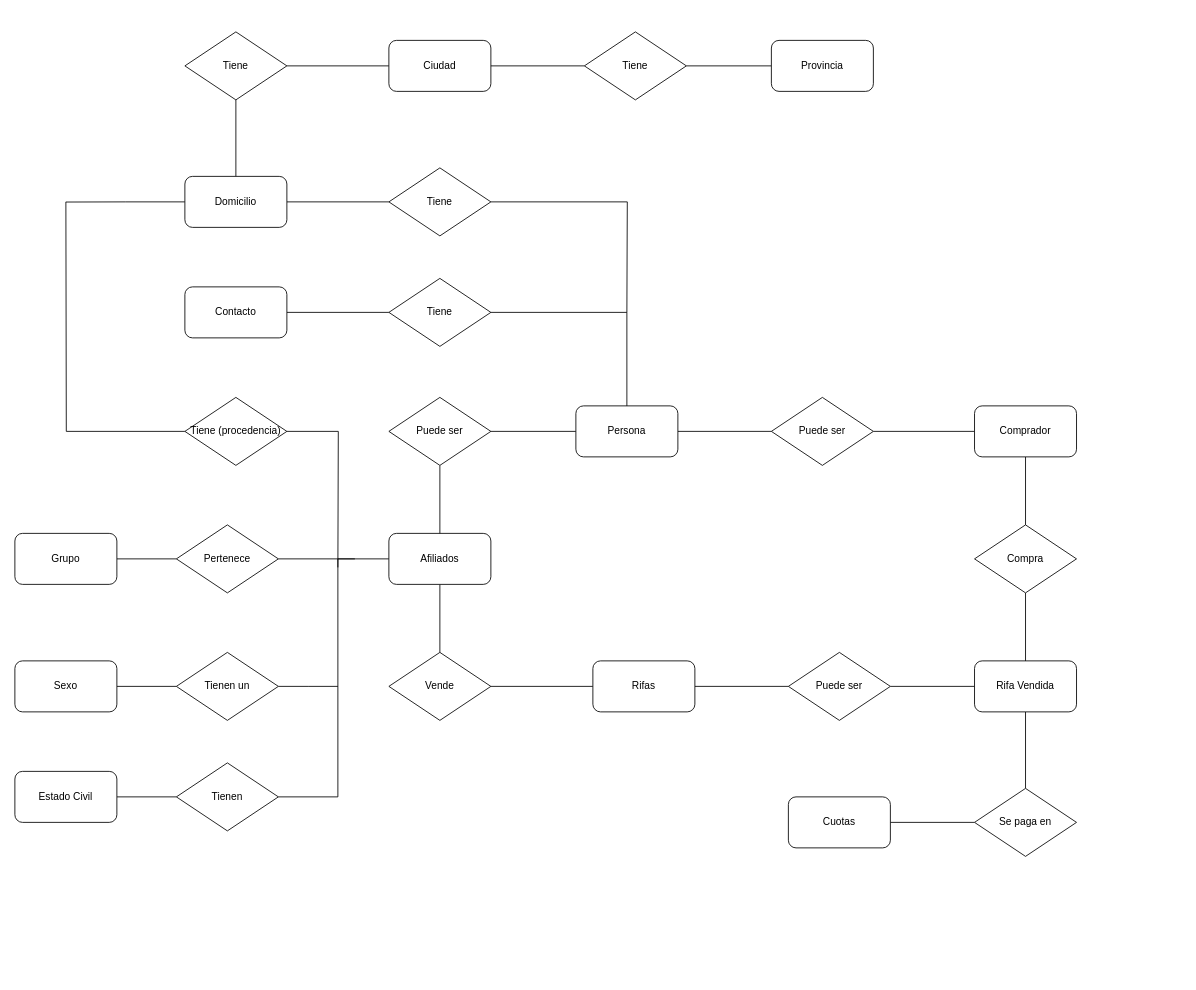
NehemiasMercau/BaseDeDatos keeps this draw.io diagram as DER TP1.drawio. Above is the earlier version. Source tidied: cells renumbered, new cells numbered last; positions are measured from the earlier drawing's top-left corner, leaving out a move shared by most shapes. Both pictures are drawn from the tidied source at 85%, with x=0, y=0 at pixel (14, 31).
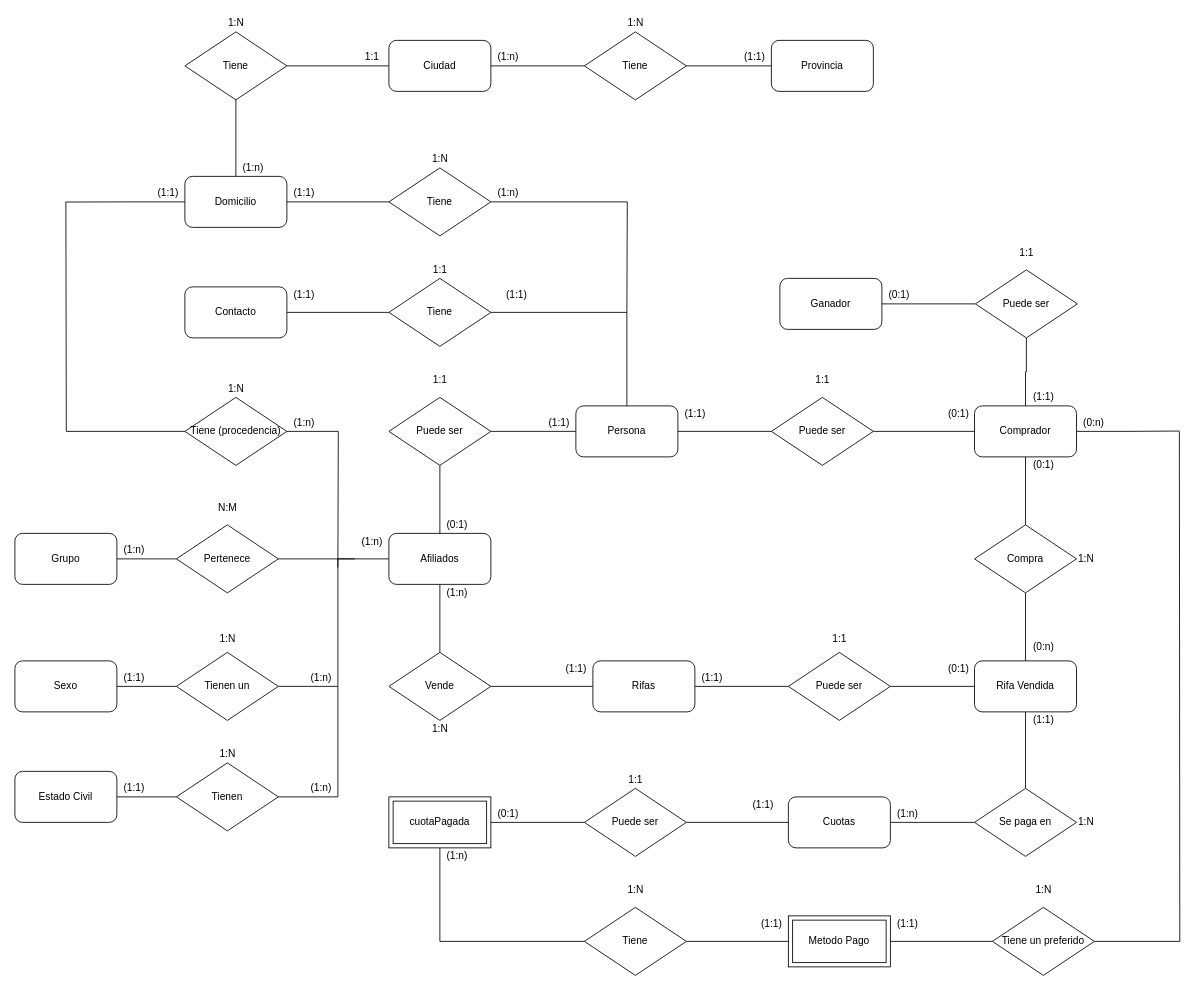
Above is the later version.

The change refers to these unchanged cells:
```xml
<mxCell id="28" value="Comprador" style="rounded=1;whiteSpace=wrap;html=1;" parent="1" vertex="1">
  <mxGeometry x="1129" y="440" width="120" height="60" as="geometry" />
</mxCell>
<mxCell id="57" value="Cuotas" style="rounded=1;whiteSpace=wrap;html=1;" parent="1" vertex="1">
  <mxGeometry x="910" y="900" width="120" height="60" as="geometry" />
</mxCell>
```

Diff of the diagram source:
```diff
@@
+    <mxCell id="58" style="edgeStyle=orthogonalEdgeStyle;rounded=0;jettySize=auto;html=1;exitX=1;exitY=0.5;exitDx=0;exitDy=0;endArrow=none;endFill=0;" parent="1" edge="1" source="28">
+      <mxGeometry relative="1" as="geometry">
+        <mxPoint x="1370" y="469.6" as="targetPoint" />
+      </mxGeometry>
+    </mxCell>
+    <mxCell id="59" style="edgeStyle=orthogonalEdgeStyle;rounded=0;jettySize=auto;html=1;exitX=0.5;exitY=0;exitDx=0;exitDy=0;entryX=0.5;entryY=1;entryDx=0;entryDy=0;endArrow=none;endFill=0;" parent="1" edge="1" source="28" target="107">
+      <mxGeometry relative="1" as="geometry" />
+    </mxCell>
@@
+    <mxCell id="60" style="edgeStyle=orthogonalEdgeStyle;rounded=0;jettySize=auto;html=1;exitX=1;exitY=0.5;exitDx=0;exitDy=0;entryX=0;entryY=0.5;entryDx=0;entryDy=0;endArrow=none;endFill=0;" parent="1" edge="1" source="62" target="57">
+      <mxGeometry relative="1" as="geometry" />
+    </mxCell>
+    <mxCell id="61" style="edgeStyle=orthogonalEdgeStyle;rounded=0;jettySize=auto;html=1;exitX=0;exitY=0.5;exitDx=0;exitDy=0;entryX=1;entryY=0.5;entryDx=0;entryDy=0;endArrow=none;endFill=0;" parent="1" edge="1" source="62" target="64">
+      <mxGeometry relative="1" as="geometry" />
+    </mxCell>
+    <mxCell id="62" value="Puede ser" style="rhombus;whiteSpace=wrap;html=1;" parent="1" vertex="1">
+      <mxGeometry x="670" y="890" width="120" height="80" as="geometry" />
+    </mxCell>
+    <mxCell id="63" style="edgeStyle=orthogonalEdgeStyle;rounded=0;jettySize=auto;html=1;exitX=0.5;exitY=1;exitDx=0;exitDy=0;entryX=0;entryY=0.5;entryDx=0;entryDy=0;endArrow=none;endFill=0;" parent="1" edge="1" source="64" target="66">
+      <mxGeometry relative="1" as="geometry" />
+    </mxCell>
+    <mxCell id="64" style="rounded=0;whiteSpace=wrap;html=1;sketch=0;" parent="1" vertex="1">
+      <mxGeometry x="440" y="900" width="120" height="60" as="geometry" />
+    </mxCell>
+    <mxCell id="65" style="edgeStyle=orthogonalEdgeStyle;rounded=0;jettySize=auto;html=1;exitX=1;exitY=0.5;exitDx=0;exitDy=0;entryX=0;entryY=0.5;entryDx=0;entryDy=0;endArrow=none;endFill=0;" parent="1" edge="1" source="66" target="68">
+      <mxGeometry relative="1" as="geometry" />
+    </mxCell>
+    <mxCell id="66" value="Tiene" style="rhombus;whiteSpace=wrap;html=1;" parent="1" vertex="1">
+      <mxGeometry x="670" y="1030" width="120" height="80" as="geometry" />
+    </mxCell>
+    <mxCell id="67" style="edgeStyle=orthogonalEdgeStyle;rounded=0;jettySize=auto;html=1;exitX=1;exitY=0.5;exitDx=0;exitDy=0;entryX=0;entryY=0.5;entryDx=0;entryDy=0;endArrow=none;endFill=0;" parent="1" edge="1" source="68" target="70">
+      <mxGeometry relative="1" as="geometry" />
+    </mxCell>
+    <mxCell id="68" style="rounded=0;whiteSpace=wrap;html=1;sketch=0;" parent="1" vertex="1">
+      <mxGeometry x="910" y="1040" width="120" height="60" as="geometry" />
+    </mxCell>
+    <mxCell id="69" style="edgeStyle=orthogonalEdgeStyle;rounded=0;jettySize=auto;html=1;exitX=1;exitY=0.5;exitDx=0;exitDy=0;endArrow=none;endFill=0;" parent="1" edge="1" source="70">
+      <mxGeometry relative="1" as="geometry">
+        <mxPoint x="1370" y="470" as="targetPoint" />
+      </mxGeometry>
+    </mxCell>
+    <mxCell id="70" value="Tiene un preferido" style="rhombus;whiteSpace=wrap;html=1;" parent="1" vertex="1">
+      <mxGeometry x="1150" y="1030" width="120" height="80" as="geometry" />
+    </mxCell>
+    <mxCell id="71" value="(0:1)" style="text;html=1;align=center;verticalAlign=middle;strokeColor=none;" parent="1" vertex="1">
+      <mxGeometry x="500" y="570" width="40" height="20" as="geometry" />
+    </mxCell>
+    <mxCell id="72" value="(1:1)" style="text;html=1;align=center;verticalAlign=middle;strokeColor=none;" parent="1" vertex="1">
+      <mxGeometry x="620" y="450" width="40" height="20" as="geometry" />
+    </mxCell>
+    <mxCell id="73" value="1:1" style="text;html=1;align=center;verticalAlign=middle;strokeColor=none;" parent="1" vertex="1">
+      <mxGeometry x="485" y="400" width="30" height="20" as="geometry" />
+    </mxCell>
+    <mxCell id="74" value="(1:1)" style="text;html=1;align=center;verticalAlign=middle;strokeColor=none;" parent="1" vertex="1">
+      <mxGeometry x="780" y="440" width="40" height="20" as="geometry" />
+    </mxCell>
+    <mxCell id="75" value="1:1" style="text;html=1;align=center;verticalAlign=middle;strokeColor=none;" parent="1" vertex="1">
+      <mxGeometry x="935" y="400" width="30" height="20" as="geometry" />
+    </mxCell>
+    <mxCell id="76" value="(0:1)" style="text;html=1;align=center;verticalAlign=middle;strokeColor=none;" parent="1" vertex="1">
+      <mxGeometry x="1090" y="440" width="40" height="20" as="geometry" />
+    </mxCell>
+    <mxCell id="77" value="(0:1)" style="text;html=1;align=center;verticalAlign=middle;strokeColor=none;" parent="1" vertex="1">
+      <mxGeometry x="1190" y="500" width="40" height="20" as="geometry" />
+    </mxCell>
+    <mxCell id="78" value="1:N" style="text;html=1;align=center;verticalAlign=middle;strokeColor=none;" parent="1" vertex="1">
+      <mxGeometry x="1245" y="610" width="30" height="20" as="geometry" />
+    </mxCell>
+    <mxCell id="79" value="(0:n)" style="text;html=1;align=center;verticalAlign=middle;strokeColor=none;" parent="1" vertex="1">
+      <mxGeometry x="1190" y="714" width="40" height="20" as="geometry" />
+    </mxCell>
+    <mxCell id="80" value="(1:1)" style="text;html=1;align=center;verticalAlign=middle;strokeColor=none;" parent="1" vertex="1">
+      <mxGeometry x="1190" y="800" width="40" height="20" as="geometry" />
+    </mxCell>
+    <mxCell id="81" value="1:N" style="text;html=1;align=center;verticalAlign=middle;strokeColor=none;" parent="1" vertex="1">
+      <mxGeometry x="1245" y="920" width="30" height="20" as="geometry" />
+    </mxCell>
+    <mxCell id="82" value="(1:n)" style="text;html=1;align=center;verticalAlign=middle;strokeColor=none;" parent="1" vertex="1">
+      <mxGeometry x="1030" y="910" width="40" height="20" as="geometry" />
+    </mxCell>
+    <mxCell id="83" value="(1:1)" style="text;html=1;align=center;verticalAlign=middle;strokeColor=none;" parent="1" vertex="1">
+      <mxGeometry x="800" y="750" width="40" height="20" as="geometry" />
+    </mxCell>
+    <mxCell id="84" value="1:1" style="text;html=1;align=center;verticalAlign=middle;strokeColor=none;" parent="1" vertex="1">
+      <mxGeometry x="955" y="704" width="30" height="20" as="geometry" />
+    </mxCell>
+    <mxCell id="85" value="(0:1)" style="text;html=1;align=center;verticalAlign=middle;strokeColor=none;" parent="1" vertex="1">
+      <mxGeometry x="1090" y="740" width="40" height="20" as="geometry" />
+    </mxCell>
+    <mxCell id="86" value="(1:1)" style="text;html=1;align=center;verticalAlign=middle;strokeColor=none;" parent="1" vertex="1">
+      <mxGeometry x="860" y="900" width="40" height="20" as="geometry" />
+    </mxCell>
+    <mxCell id="87" value="1:1" style="text;html=1;align=center;verticalAlign=middle;strokeColor=none;" parent="1" vertex="1">
+      <mxGeometry x="715" y="870" width="30" height="20" as="geometry" />
+    </mxCell>
+    <mxCell id="88" value="(0:1)" style="text;html=1;align=center;verticalAlign=middle;strokeColor=none;" parent="1" vertex="1">
+      <mxGeometry x="560" y="910" width="40" height="20" as="geometry" />
+    </mxCell>
+    <mxCell id="89" value="(1:n)" style="text;html=1;align=center;verticalAlign=middle;strokeColor=none;" parent="1" vertex="1">
+      <mxGeometry x="500" y="650" width="40" height="20" as="geometry" />
+    </mxCell>
+    <mxCell id="90" value="1:N" style="text;html=1;align=center;verticalAlign=middle;strokeColor=none;" parent="1" vertex="1">
+      <mxGeometry x="485" y="810" width="30" height="20" as="geometry" />
+    </mxCell>
+    <mxCell id="91" value="(1:1)" style="text;html=1;align=center;verticalAlign=middle;strokeColor=none;" parent="1" vertex="1">
+      <mxGeometry x="640" y="740" width="40" height="20" as="geometry" />
+    </mxCell>
+    <mxCell id="92" value="(1:n)" style="text;html=1;align=center;verticalAlign=middle;strokeColor=none;" parent="1" vertex="1">
+      <mxGeometry x="500" y="960" width="40" height="20" as="geometry" />
+    </mxCell>
+    <mxCell id="93" value="1:N" style="text;html=1;align=center;verticalAlign=middle;strokeColor=none;" parent="1" vertex="1">
+      <mxGeometry x="715" y="1000" width="30" height="20" as="geometry" />
+    </mxCell>
+    <mxCell id="94" value="(1:1)" style="text;html=1;align=center;verticalAlign=middle;strokeColor=none;" parent="1" vertex="1">
+      <mxGeometry x="870" y="1040" width="40" height="20" as="geometry" />
+    </mxCell>
+    <mxCell id="95" value="(1:1)" style="text;html=1;align=center;verticalAlign=middle;strokeColor=none;" parent="1" vertex="1">
+      <mxGeometry x="1030" y="1040" width="40" height="20" as="geometry" />
+    </mxCell>
+    <mxCell id="96" value="1:N" style="text;html=1;align=center;verticalAlign=middle;strokeColor=none;" parent="1" vertex="1">
+      <mxGeometry x="1195" y="1000" width="30" height="20" as="geometry" />
+    </mxCell>
+    <mxCell id="97" value="(0:n)" style="text;html=1;align=center;verticalAlign=middle;strokeColor=none;" parent="1" vertex="1">
+      <mxGeometry x="1249" y="450" width="40" height="20" as="geometry" />
+    </mxCell>
+    <mxCell id="98" value="(1:n)" style="text;html=1;align=center;verticalAlign=middle;strokeColor=none;" parent="1" vertex="1">
+      <mxGeometry x="400" y="590" width="40" height="20" as="geometry" />
+    </mxCell>
+    <mxCell id="99" value="N:M" style="text;html=1;align=center;verticalAlign=middle;strokeColor=none;" parent="1" vertex="1">
+      <mxGeometry x="230" y="550" width="40" height="20" as="geometry" />
+    </mxCell>
+    <mxCell id="100" value="(1:n)" style="text;html=1;align=center;verticalAlign=middle;strokeColor=none;" parent="1" vertex="1">
+      <mxGeometry x="120" y="600" width="40" height="20" as="geometry" />
+    </mxCell>
+    <mxCell id="101" value="(1:n)" style="text;html=1;align=center;verticalAlign=middle;strokeColor=none;" parent="1" vertex="1">
+      <mxGeometry x="340" y="750" width="40" height="20" as="geometry" />
+    </mxCell>
+    <mxCell id="102" value="1:N" style="text;html=1;align=center;verticalAlign=middle;strokeColor=none;" parent="1" vertex="1">
+      <mxGeometry x="235" y="704" width="30" height="20" as="geometry" />
+    </mxCell>
+    <mxCell id="103" value="(1:1)" style="text;html=1;align=center;verticalAlign=middle;strokeColor=none;" parent="1" vertex="1">
+      <mxGeometry x="120" y="750" width="40" height="20" as="geometry" />
+    </mxCell>
+    <mxCell id="104" value="(1:n)" style="text;html=1;align=center;verticalAlign=middle;strokeColor=none;" parent="1" vertex="1">
+      <mxGeometry x="340" y="880" width="40" height="20" as="geometry" />
+    </mxCell>
+    <mxCell id="105" value="1:N" style="text;html=1;align=center;verticalAlign=middle;strokeColor=none;" parent="1" vertex="1">
+      <mxGeometry x="235" y="840" width="30" height="20" as="geometry" />
+    </mxCell>
+    <mxCell id="106" value="(1:1)" style="text;html=1;align=center;verticalAlign=middle;strokeColor=none;" parent="1" vertex="1">
+      <mxGeometry x="120" y="880" width="40" height="20" as="geometry" />
+    </mxCell>
+    <mxCell id="107" value="Puede ser" style="rhombus;whiteSpace=wrap;html=1;" parent="1" vertex="1">
+      <mxGeometry x="1130" y="280" width="120" height="80" as="geometry" />
+    </mxCell>
+    <mxCell id="108" style="edgeStyle=orthogonalEdgeStyle;rounded=0;jettySize=auto;html=1;exitX=1;exitY=0.5;exitDx=0;exitDy=0;entryX=0;entryY=0.5;entryDx=0;entryDy=0;endArrow=none;endFill=0;" parent="1" edge="1" source="109" target="107">
+      <mxGeometry relative="1" as="geometry" />
+    </mxCell>
+    <mxCell id="109" value="Ganador" style="rounded=1;whiteSpace=wrap;html=1;" parent="1" vertex="1">
+      <mxGeometry x="900" y="290" width="120" height="60" as="geometry" />
+    </mxCell>
+    <mxCell id="110" value="(0:1)" style="text;html=1;align=center;verticalAlign=middle;strokeColor=none;" parent="1" vertex="1">
+      <mxGeometry x="1020" y="300" width="40" height="20" as="geometry" />
+    </mxCell>
+    <mxCell id="111" value="1:1" style="text;html=1;align=center;verticalAlign=middle;strokeColor=none;" parent="1" vertex="1">
+      <mxGeometry x="1175" y="250" width="30" height="20" as="geometry" />
+    </mxCell>
+    <mxCell id="112" value="(1:1)" style="text;html=1;align=center;verticalAlign=middle;strokeColor=none;" parent="1" vertex="1">
+      <mxGeometry x="1190" y="420" width="40" height="20" as="geometry" />
+    </mxCell>
+    <mxCell id="113" value="(1:n)" style="text;html=1;align=center;verticalAlign=middle;strokeColor=none;" parent="1" vertex="1">
+      <mxGeometry x="320" y="450" width="40" height="20" as="geometry" />
+    </mxCell>
+    <mxCell id="114" value="(1:1)" style="text;html=1;align=center;verticalAlign=middle;strokeColor=none;" parent="1" vertex="1">
+      <mxGeometry x="570" y="300" width="40" height="20" as="geometry" />
+    </mxCell>
+    <mxCell id="115" value="1:1" style="text;html=1;align=center;verticalAlign=middle;strokeColor=none;" parent="1" vertex="1">
+      <mxGeometry x="485" y="270" width="30" height="20" as="geometry" />
+    </mxCell>
+    <mxCell id="116" value="(1:1)" style="text;html=1;align=center;verticalAlign=middle;strokeColor=none;" parent="1" vertex="1">
+      <mxGeometry x="320" y="300" width="40" height="20" as="geometry" />
+    </mxCell>
+    <mxCell id="117" value="(1:1)" style="text;html=1;align=center;verticalAlign=middle;strokeColor=none;" parent="1" vertex="1">
+      <mxGeometry x="320" y="180" width="40" height="20" as="geometry" />
+    </mxCell>
+    <mxCell id="118" value="1:N" style="text;html=1;align=center;verticalAlign=middle;strokeColor=none;" parent="1" vertex="1">
+      <mxGeometry x="485" y="140" width="30" height="20" as="geometry" />
+    </mxCell>
+    <mxCell id="119" value="(1:n)" style="text;html=1;align=center;verticalAlign=middle;strokeColor=none;" parent="1" vertex="1">
+      <mxGeometry x="560" y="180" width="40" height="20" as="geometry" />
+    </mxCell>
+    <mxCell id="120" value="(1:n)" style="text;html=1;align=center;verticalAlign=middle;strokeColor=none;" parent="1" vertex="1">
+      <mxGeometry x="260" y="150" width="40" height="20" as="geometry" />
+    </mxCell>
+    <mxCell id="121" value="1:N" style="text;html=1;align=center;verticalAlign=middle;strokeColor=none;" parent="1" vertex="1">
+      <mxGeometry x="245" y="-20" width="30" height="20" as="geometry" />
+    </mxCell>
+    <mxCell id="122" value="1:1" style="text;html=1;align=center;verticalAlign=middle;strokeColor=none;" parent="1" vertex="1">
+      <mxGeometry x="405" y="20" width="30" height="20" as="geometry" />
+    </mxCell>
+    <mxCell id="123" value="(1:n)" style="text;html=1;align=center;verticalAlign=middle;strokeColor=none;" parent="1" vertex="1">
+      <mxGeometry x="560" y="20" width="40" height="20" as="geometry" />
+    </mxCell>
+    <mxCell id="124" value="1:N" style="text;html=1;align=center;verticalAlign=middle;strokeColor=none;" parent="1" vertex="1">
+      <mxGeometry x="715" y="-20" width="30" height="20" as="geometry" />
+    </mxCell>
+    <mxCell id="125" value="(1:1)" style="text;html=1;align=center;verticalAlign=middle;strokeColor=none;" parent="1" vertex="1">
+      <mxGeometry x="850" y="20" width="40" height="20" as="geometry" />
+    </mxCell>
+    <mxCell id="126" value="1:N" style="text;html=1;align=center;verticalAlign=middle;strokeColor=none;" parent="1" vertex="1">
+      <mxGeometry x="245" y="410" width="30" height="20" as="geometry" />
+    </mxCell>
+    <mxCell id="127" value="(1:1)" style="text;html=1;align=center;verticalAlign=middle;strokeColor=none;" parent="1" vertex="1">
+      <mxGeometry x="160" y="180" width="40" height="20" as="geometry" />
+    </mxCell>
+    <mxCell id="128" value="cuotaPagada" style="rounded=0;whiteSpace=wrap;html=1;sketch=0;" parent="1" vertex="1">
+      <mxGeometry x="445" y="905" width="110" height="50" as="geometry" />
+    </mxCell>
+    <mxCell id="129" value="Metodo Pago" style="rounded=0;whiteSpace=wrap;html=1;sketch=0;" parent="1" vertex="1">
+      <mxGeometry x="915" y="1045" width="110" height="50" as="geometry" />
+    </mxCell>
```
